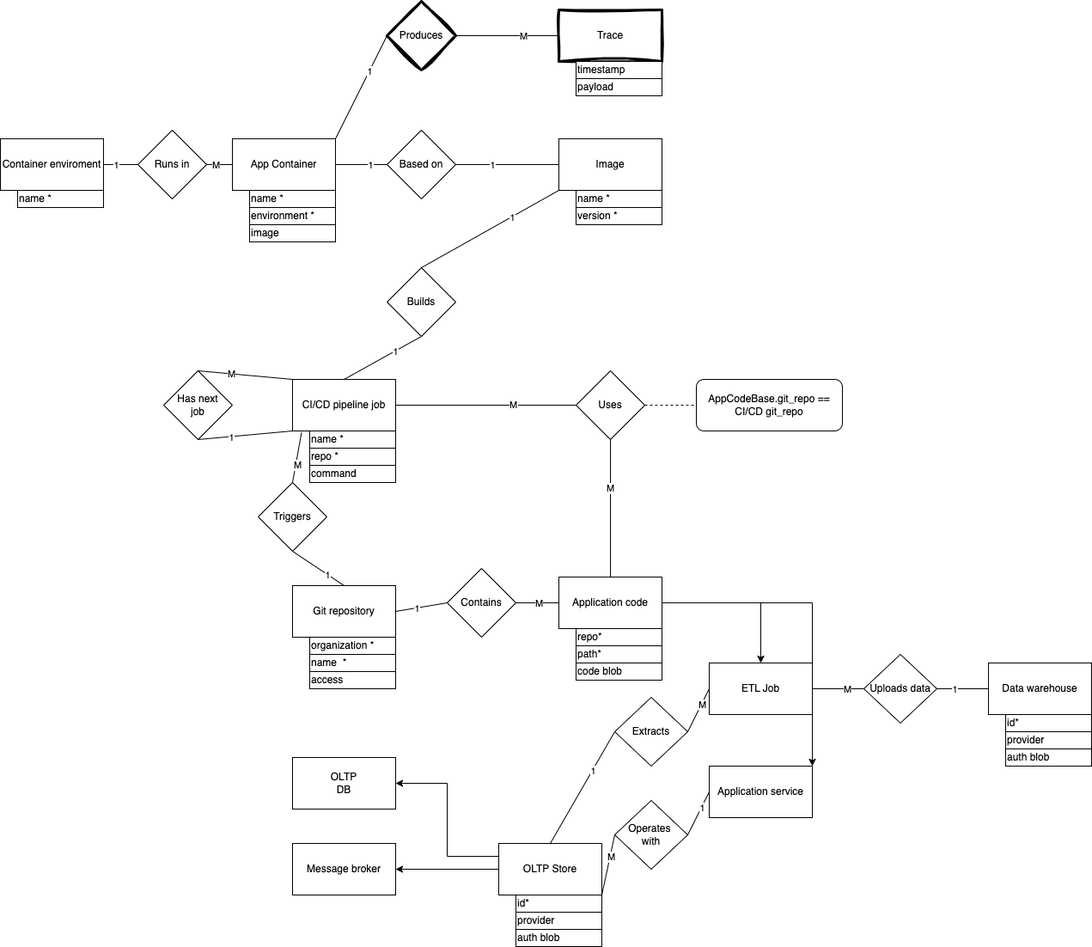
Earlier version of the draw.io export db/ER.png (ssyrota/university). Source tidied: cells renumbered, new cells last; positions are measured from the earlier drawing's top-left corner, leaving out a move shared by most shapes.
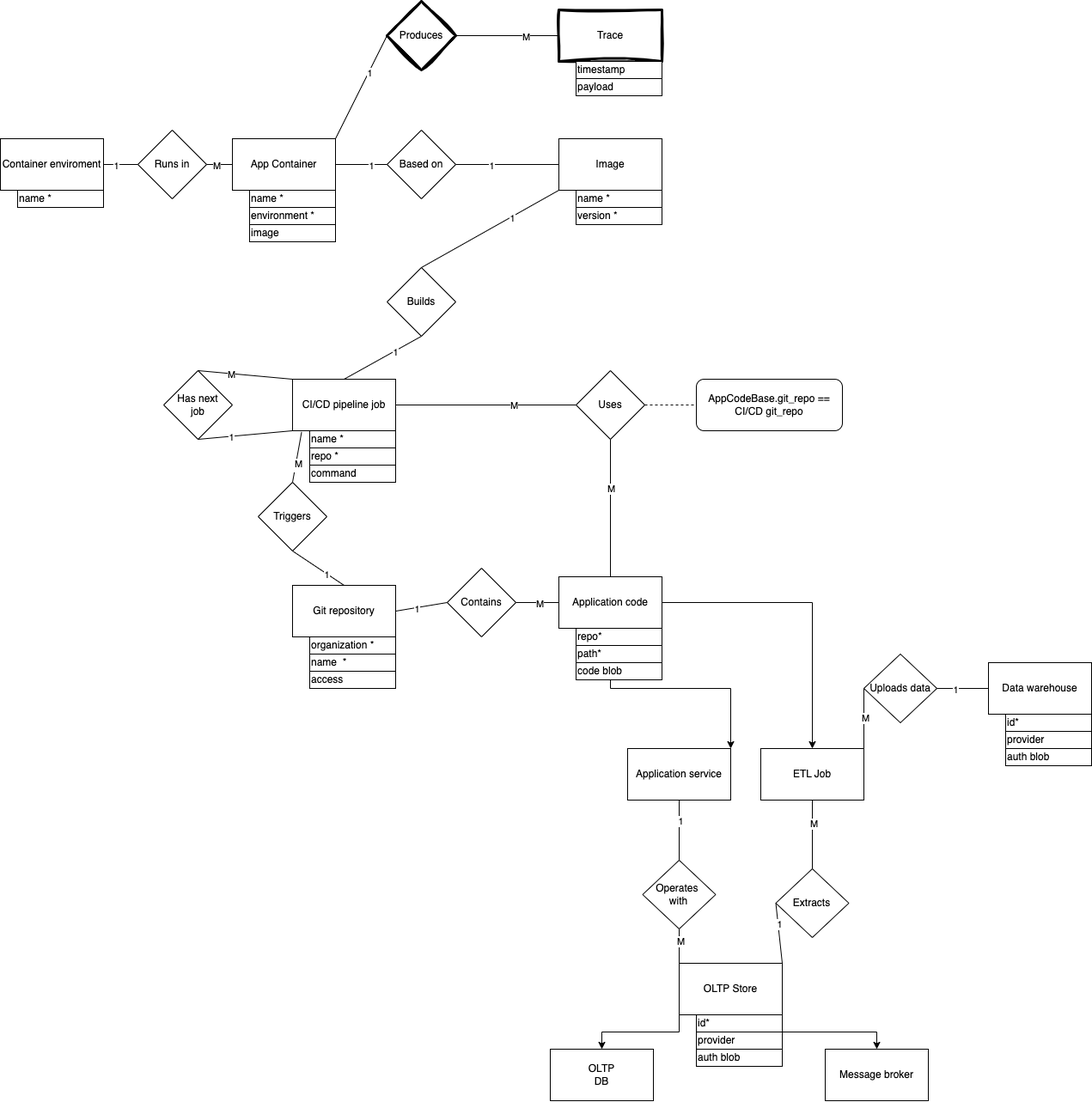
The same diagram one commit later.

Commit message:
refine view

What changed in the source:
```diff
@@ -3,19 +3,19 @@
     <mxCell id="0" />
     <mxCell id="1" parent="0" />
     <mxCell id="2" value="OLTP&lt;br style=&quot;border-color: var(--border-color);&quot;&gt;DB" style="rounded=0;whiteSpace=wrap;html=1;" parent="1" vertex="1">
-      <mxGeometry x="340" y="880" width="120" height="60" as="geometry" />
+      <mxGeometry x="640" y="1220" width="120" height="60" as="geometry" />
     </mxCell>
     <mxCell id="3" value="Data warehouse" style="rounded=0;whiteSpace=wrap;html=1;" parent="1" vertex="1">
       <mxGeometry x="1150" y="770" width="120" height="60" as="geometry" />
     </mxCell>
     <mxCell id="4" value="Message broker" style="rounded=0;whiteSpace=wrap;html=1;" parent="1" vertex="1">
-      <mxGeometry x="340" y="980" width="120" height="60" as="geometry" />
+      <mxGeometry x="960" y="1220" width="120" height="60" as="geometry" />
     </mxCell>
     <mxCell id="5" value="Application service" style="rounded=0;whiteSpace=wrap;html=1;" parent="1" vertex="1">
-      <mxGeometry x="825" y="890" width="120" height="60" as="geometry" />
+      <mxGeometry x="730" y="870" width="120" height="60" as="geometry" />
     </mxCell>
     <mxCell id="6" value="ETL Job" style="rounded=0;whiteSpace=wrap;html=1;" parent="1" vertex="1">
-      <mxGeometry x="825" y="770" width="120" height="60" as="geometry" />
+      <mxGeometry x="885" y="870" width="120" height="60" as="geometry" />
     </mxCell>
     <mxCell id="7" value="Image" style="rounded=0;whiteSpace=wrap;html=1;" parent="1" vertex="1">
       <mxGeometry x="650" y="160" width="120" height="60" as="geometry" />
@@ -194,40 +194,45 @@
     <mxCell id="65" value="M" style="edgeLabel;html=1;align=center;verticalAlign=middle;" parent="64" vertex="1">
       <mxGeometry x="0.31" relative="1" as="geometry" />
     </mxCell>
-    <mxCell id="66" style="edgeStyle=orthogonalEdgeStyle;rounded=0;jettySize=auto;html=1;entryX=1;entryY=0.5;entryDx=0;entryDy=0;exitX=0;exitY=0.25;exitDx=0;exitDy=0;" parent="1" edge="1" source="68" target="2">
+    <mxCell id="66" style="edgeStyle=orthogonalEdgeStyle;rounded=0;jettySize=auto;html=1;entryX=0.5;entryY=0;entryDx=0;entryDy=0;exitX=0;exitY=1;exitDx=0;exitDy=0;" parent="1" edge="1" source="68" target="2">
       <mxGeometry relative="1" as="geometry" />
     </mxCell>
-    <mxCell id="67" style="edgeStyle=orthogonalEdgeStyle;rounded=0;jettySize=auto;html=1;entryX=1;entryY=0.5;entryDx=0;entryDy=0;exitX=0;exitY=0.5;exitDx=0;exitDy=0;" parent="1" edge="1" source="68" target="4">
-      <mxGeometry relative="1" as="geometry" />
-    </mxCell>
+    <mxCell id="102" style="edgeStyle=orthogonalEdgeStyle;rounded=0;jettySize=auto;html=1;entryX=0.5;entryY=0;entryDx=0;entryDy=0;exitX=1;exitY=0;exitDx=0;exitDy=0;" parent="1" edge="1" source="99" target="4">
+      <mxGeometry relative="1" as="geometry">
+        <Array as="points">
+          <mxPoint x="910" y="1200" />
+          <mxPoint x="1020" y="1200" />
+        </Array>
+      </mxGeometry>
+    </mxCell>
     <mxCell id="68" value="OLTP Store" style="rounded=0;whiteSpace=wrap;html=1;" parent="1" vertex="1">
-      <mxGeometry x="580" y="980" width="120" height="60" as="geometry" />
+      <mxGeometry x="790" y="1120" width="120" height="60" as="geometry" />
     </mxCell>
     <mxCell id="69" value="Extracts" style="rhombus;whiteSpace=wrap;html=1;" parent="1" vertex="1">
-      <mxGeometry x="715" y="810" width="85" height="80" as="geometry" />
+      <mxGeometry x="902.5" y="1010" width="85" height="80" as="geometry" />
     </mxCell>
-    <mxCell id="70" style="endArrow=none;html=1;rounded=0;exitX=1;exitY=0.5;exitDx=0;exitDy=0;entryX=0;entryY=0.5;entryDx=0;entryDy=0;" parent="1" edge="1" source="69" target="6">
+    <mxCell id="70" style="endArrow=none;html=1;rounded=0;exitX=0.5;exitY=0;exitDx=0;exitDy=0;entryX=0.5;entryY=1;entryDx=0;entryDy=0;" parent="1" edge="1" source="69" target="6">
       <mxGeometry relative="1" as="geometry" />
     </mxCell>
     <mxCell id="71" value="M" style="edgeLabel;html=1;align=center;verticalAlign=middle;" parent="70" vertex="1">
       <mxGeometry x="0.31" relative="1" as="geometry" />
     </mxCell>
-    <mxCell id="72" style="endArrow=none;html=1;rounded=0;exitX=0.5;exitY=0;exitDx=0;exitDy=0;entryX=0;entryY=0.5;entryDx=0;entryDy=0;" parent="1" edge="1" source="68" target="69">
+    <mxCell id="72" style="endArrow=none;html=1;rounded=0;exitX=1;exitY=0;exitDx=0;exitDy=0;entryX=0;entryY=0.5;entryDx=0;entryDy=0;" parent="1" edge="1" source="68" target="69">
       <mxGeometry relative="1" as="geometry" />
     </mxCell>
     <mxCell id="73" value="1" style="edgeLabel;html=1;align=center;verticalAlign=middle;" parent="72" vertex="1">
       <mxGeometry x="0.31" relative="1" as="geometry" />
     </mxCell>
-    <mxCell id="74" style="endArrow=none;html=1;rounded=0;exitX=1;exitY=1;exitDx=0;exitDy=0;entryX=0;entryY=0.5;entryDx=0;entryDy=0;" parent="1" edge="1" source="68" target="76">
+    <mxCell id="74" style="endArrow=none;html=1;rounded=0;exitX=0;exitY=0;exitDx=0;exitDy=0;entryX=0.5;entryY=1;entryDx=0;entryDy=0;" parent="1" edge="1" source="68" target="76">
       <mxGeometry relative="1" as="geometry" />
     </mxCell>
     <mxCell id="75" value="M" style="edgeLabel;html=1;align=center;verticalAlign=middle;" parent="74" vertex="1">
       <mxGeometry x="0.31" relative="1" as="geometry" />
     </mxCell>
     <mxCell id="76" value="Operates&amp;nbsp;&lt;br&gt;with" style="rhombus;whiteSpace=wrap;html=1;" parent="1" vertex="1">
-      <mxGeometry x="715" y="930" width="85" height="80" as="geometry" />
+      <mxGeometry x="747.5" y="1000" width="85" height="80" as="geometry" />
     </mxCell>
-    <mxCell id="77" style="endArrow=none;html=1;rounded=0;exitX=1;exitY=0.5;exitDx=0;exitDy=0;entryX=0;entryY=0.5;entryDx=0;entryDy=0;" parent="1" edge="1" source="76" target="5">
+    <mxCell id="77" style="endArrow=none;html=1;rounded=0;exitX=0.5;exitY=0;exitDx=0;exitDy=0;entryX=0.5;entryY=1;entryDx=0;entryDy=0;" parent="1" edge="1" source="76" target="5">
       <mxGeometry relative="1" as="geometry" />
     </mxCell>
     <mxCell id="78" value="1" style="edgeLabel;html=1;align=center;verticalAlign=middle;" parent="77" vertex="1">
@@ -294,13 +299,13 @@
       <mxGeometry x="1170" y="870" width="100" height="20" as="geometry" />
     </mxCell>
     <mxCell id="99" value="id*" style="rounded=0;whiteSpace=wrap;html=1;align=left;" parent="1" vertex="1">
-      <mxGeometry x="600" y="1040" width="100" height="20" as="geometry" />
+      <mxGeometry x="810" y="1180" width="100" height="20" as="geometry" />
     </mxCell>
     <mxCell id="100" value="provider" style="rounded=0;whiteSpace=wrap;html=1;align=left;" parent="1" vertex="1">
-      <mxGeometry x="600" y="1060" width="100" height="20" as="geometry" />
+      <mxGeometry x="810" y="1200" width="100" height="20" as="geometry" />
     </mxCell>
     <mxCell id="101" value="auth blob" style="rounded=0;whiteSpace=wrap;html=1;align=left;" parent="1" vertex="1">
-      <mxGeometry x="600" y="1080" width="100" height="20" as="geometry" />
+      <mxGeometry x="810" y="1220" width="100" height="20" as="geometry" />
     </mxCell>
   </root>
 </mxGraphModel>
```
